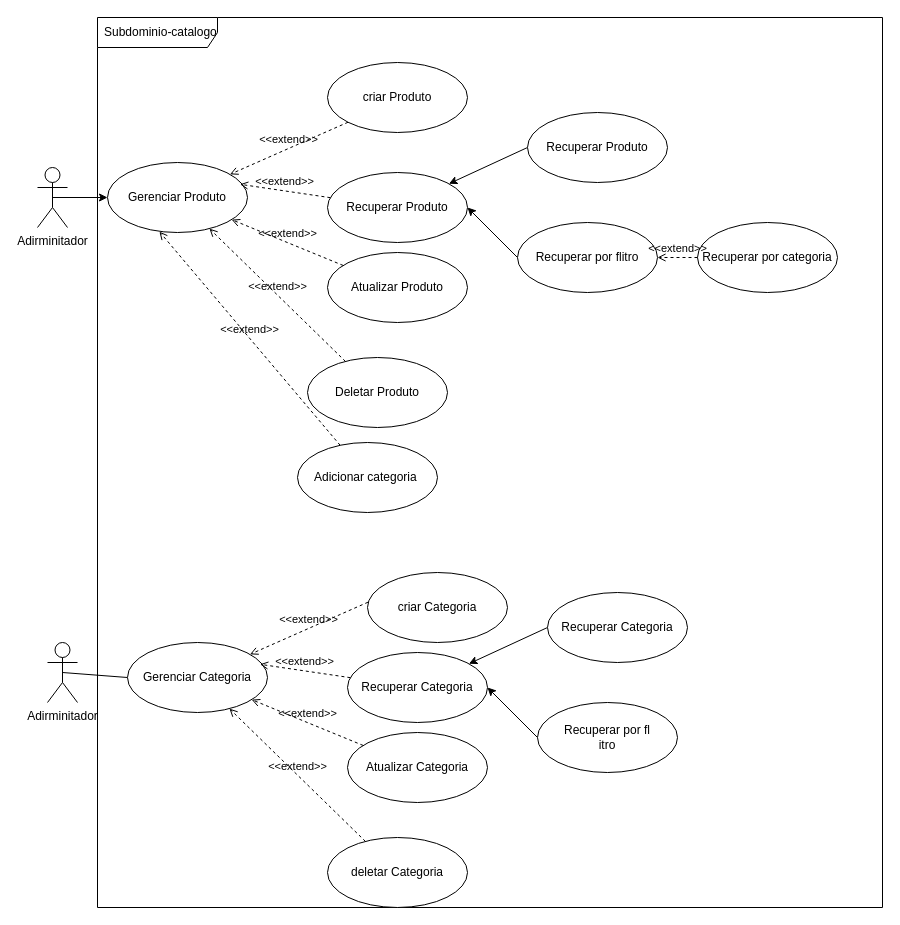
The draw.io diagram page "Subdominio-catalogo" (2 of 2) of requirements/ecommerce-use-case.drawio in JoaoVitorHipolito/ecommerce-node-api, before the edit. Source tidied: cells renumbered, new cells numbered last; positions are measured from the earlier drawing's top-left corner, leaving out a move shared by most shapes. Both pictures are drawn from the tidied source at 100%, with x=0, y=0 at pixel (37, 17).
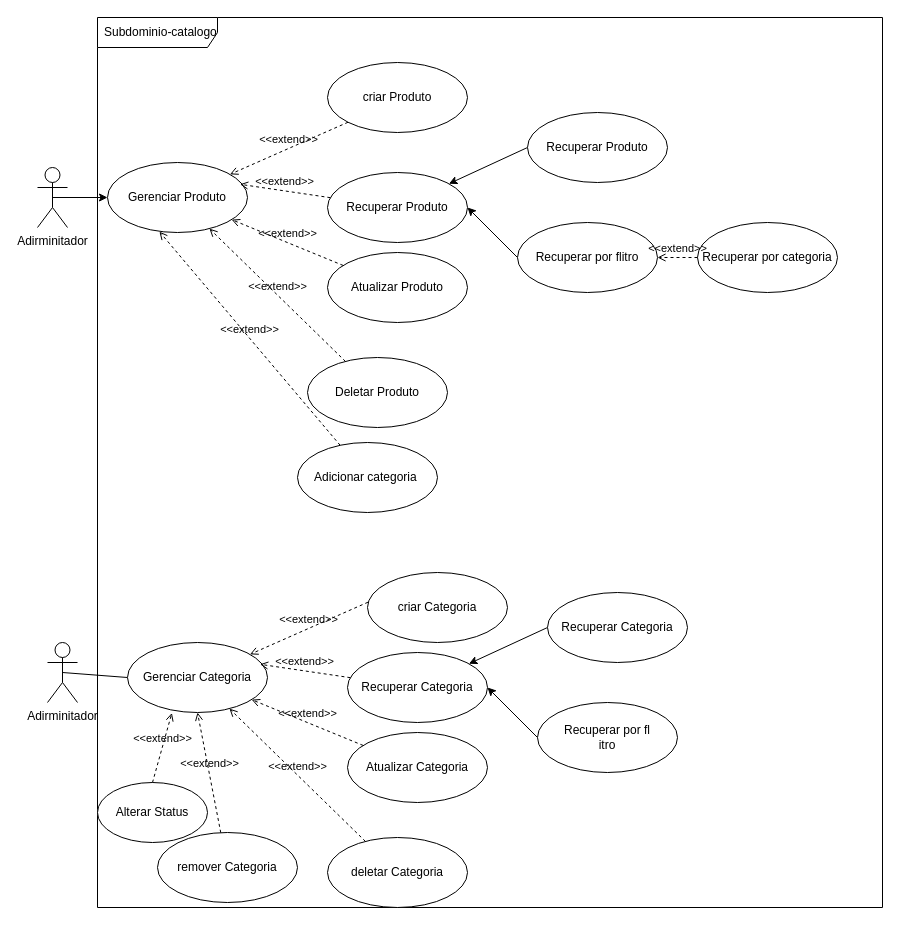
The same page after the edit.

The change refers to these unchanged cells:
```xml
<mxCell id="5" value="Gerenciar Categoria" style="ellipse;whiteSpace=wrap;html=1;" parent="1" vertex="1">
  <mxGeometry x="90" y="625" width="140" height="70" as="geometry" />
</mxCell>
```

The edit, as a diff of the source:
```diff
@@
+    <mxCell id="37" value="remover Categoria" style="ellipse;whiteSpace=wrap;html=1;" parent="1" vertex="1">
+      <mxGeometry x="120" y="815" width="140" height="70" as="geometry" />
+    </mxCell>
+    <mxCell id="38" value="&amp;lt;&amp;lt;extend&amp;gt;&amp;gt;" style="html=1;verticalAlign=bottom;labelBackgroundColor=none;endArrow=open;endFill=0;dashed=1;entryX=0.5;entryY=1;entryDx=0;entryDy=0;" parent="1" edge="1" source="37" target="5">
+      <mxGeometry relative="1" as="geometry" />
+    </mxCell>
+    <mxCell id="39" value="Alterar Status" style="ellipse;whiteSpace=wrap;html=1;" parent="1" vertex="1">
+      <mxGeometry x="60" y="765" width="110" height="60" as="geometry" />
+    </mxCell>
+    <mxCell id="40" value="&amp;lt;&amp;lt;extend&amp;gt;&amp;gt;" style="html=1;verticalAlign=bottom;labelBackgroundColor=none;endArrow=open;endFill=0;dashed=1;entryX=0.317;entryY=1.006;entryDx=0;entryDy=0;exitX=0.5;exitY=0;exitDx=0;exitDy=0;entryPerimeter=0;" parent="1" edge="1" source="39" target="5">
+      <mxGeometry relative="1" as="geometry" />
+    </mxCell>
```
